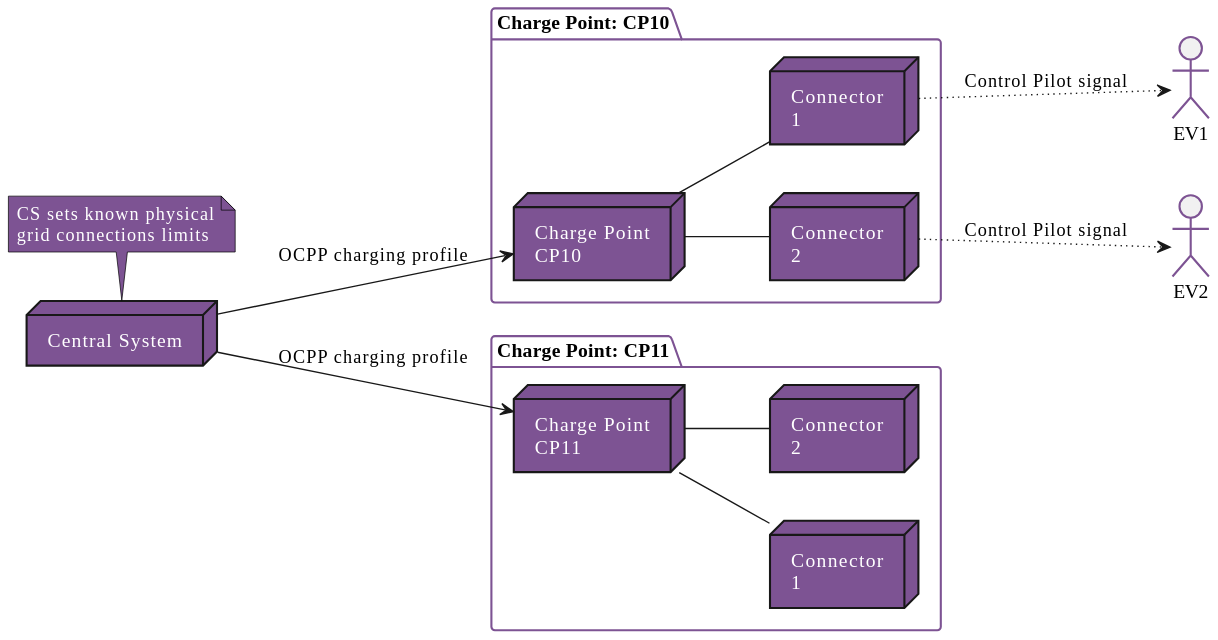
The PlantUML diagram OCPP_1.6_ko/images/figure_6.svg in phoi5675/ocpp-markdown, before a commit.
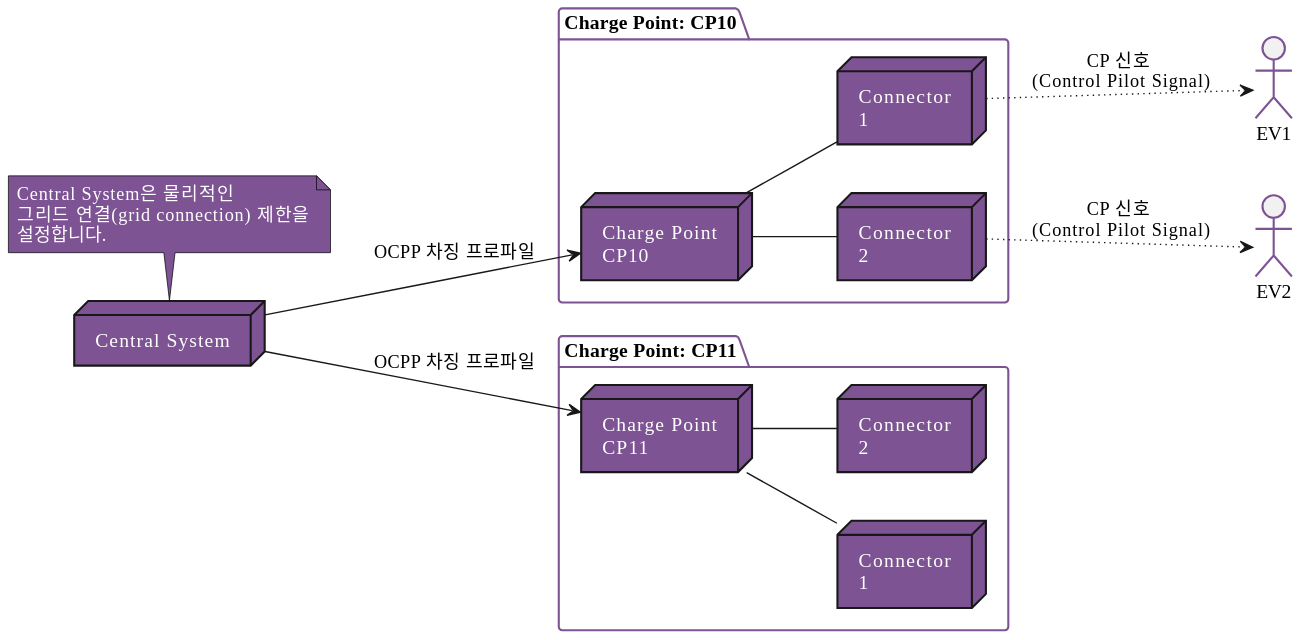
After the change.

The edit, as a diff of the source:
```diff
@@ -23,12 +23,13 @@
 actor "EV2" as EV2
 
 note top of CentralSystem
-  CS sets known physical
-  grid connections limits
+  Central System은 물리적인
+  그리드 연결(grid connection) 제한을
+  설정합니다.
 end note
 
-CentralSystem -down-> CP10 : OCPP charging profile
-CentralSystem -down-> CP11 : OCPP charging profile
+CentralSystem -down-> CP10 : OCPP 차징 프로파일
+CentralSystem -down-> CP11 : OCPP 차징 프로파일
 
 CP10 -down- CP10_C1
 CP10 -down- CP10_C2
@@ -36,6 +37,6 @@
 CP11 -down- CP11_C1
 CP11 -down- CP11_C2
 
-CP10_C1 -down[dotted]-> EV1 : Control Pilot signal
-CP10_C2 -down[dotted]-> EV2 : Control Pilot signal
+CP10_C1 -down[dotted]-> EV1 : CP 신호 \n(Control Pilot Signal)
+CP10_C2 -down[dotted]-> EV2 : CP 신호 \n(Control Pilot Signal)
 @enduml
```
